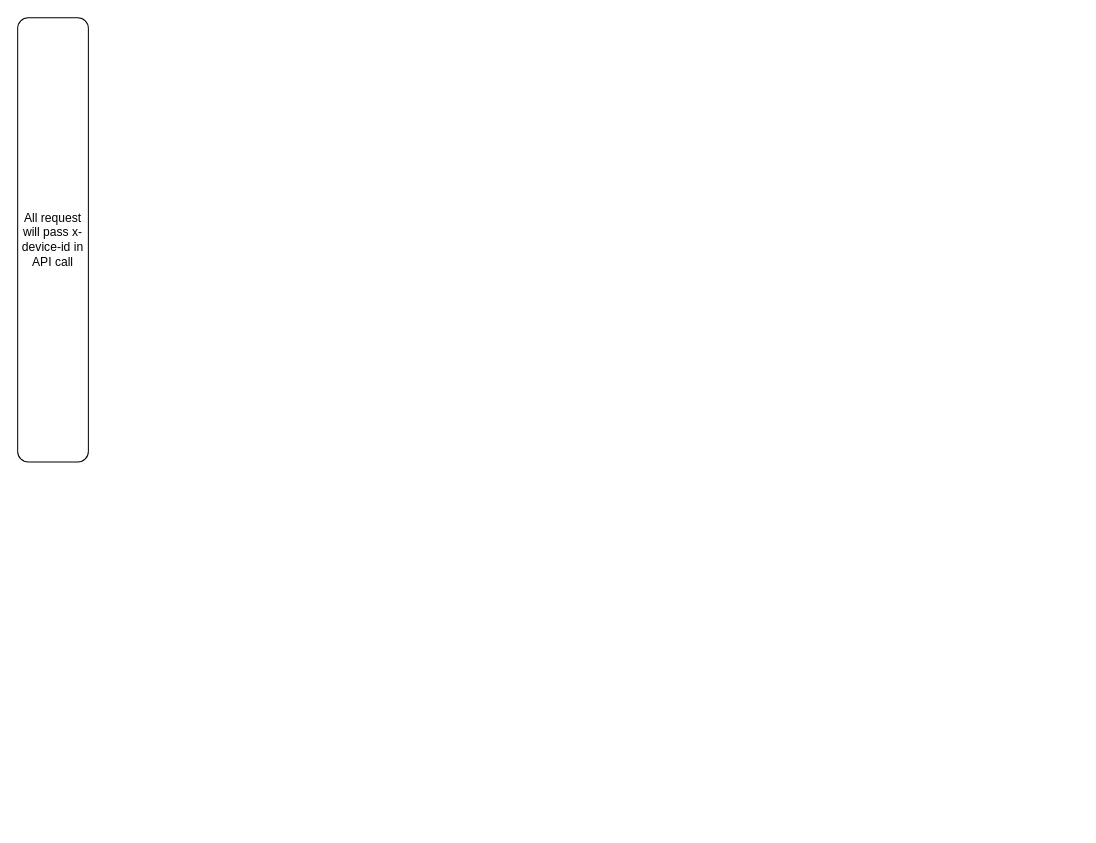
Earlier version of the draw.io diagram Untitled Diagram.drawio (hariharanpalani/Test). Source tidied: cells renumbered, new cells numbered last; positions are measured from the earlier drawing's top-left corner, leaving out a move shared by most shapes. Both pictures are drawn from the tidied source at 101%, with x=0, y=0 at pixel (17, 17).
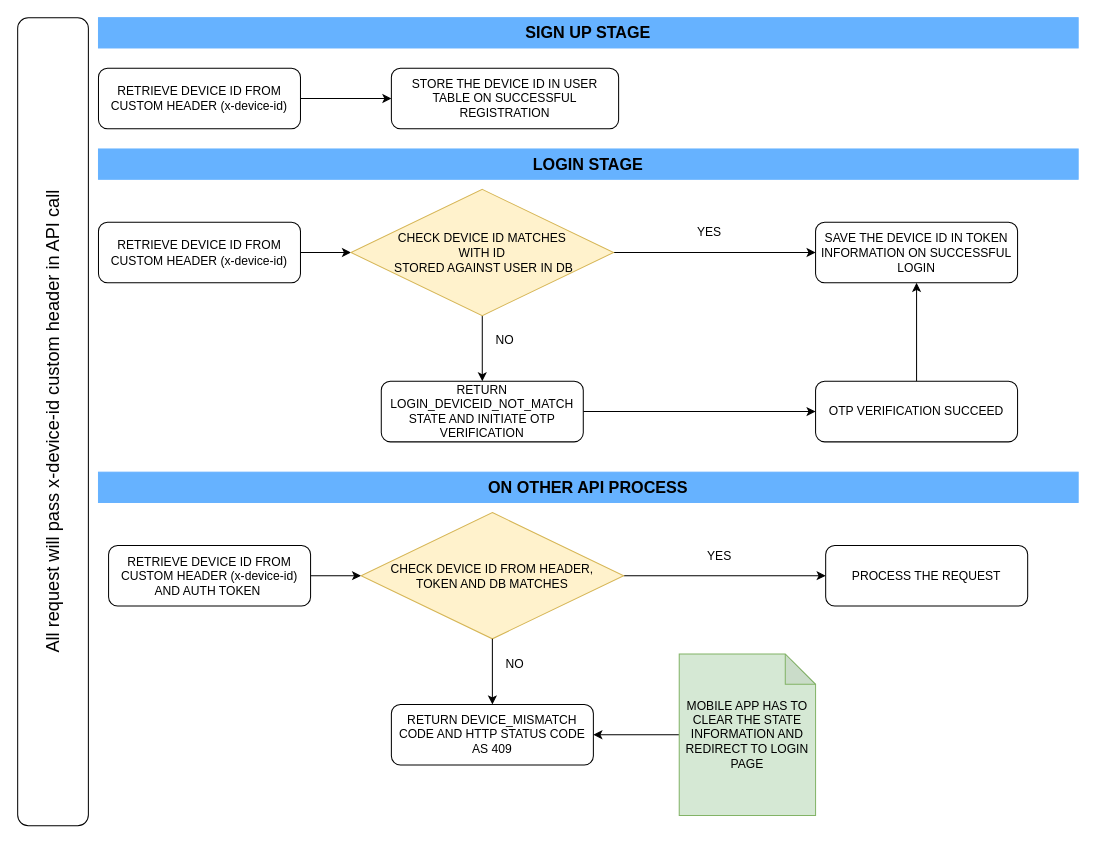
The same page after the edit.

Change to the diagram source:
```diff
@@
-    <mxCell id="2" value="All request will pass x-device-id in API call" style="rounded=1;whiteSpace=wrap;html=1;" parent="1" vertex="1">
-      <mxGeometry width="70" height="440" as="geometry" />
+    <mxCell id="2" value="&lt;font style=&quot;font-size: 18px&quot;&gt;All request will pass x-device-id custom header in API call&lt;/font&gt;" style="rounded=1;whiteSpace=wrap;html=1;horizontal=0;" parent="1" vertex="1">
+      <mxGeometry width="70" height="800" as="geometry" />
     </mxCell>
+    <mxCell id="3" value="&lt;b&gt;&lt;font style=&quot;font-size: 16px&quot;&gt;SIGN UP STAGE&lt;/font&gt;&lt;/b&gt;" style="rounded=0;whiteSpace=wrap;html=1;strokeColor=#66B2FF;fillColor=#66B2FF;" parent="1" vertex="1">
+      <mxGeometry x="80" width="970" height="30" as="geometry" />
+    </mxCell>
+    <mxCell id="4" style="edgeStyle=orthogonalEdgeStyle;rounded=0;jettySize=auto;html=1;entryX=0;entryY=0.5;entryDx=0;entryDy=0;" parent="1" edge="1" source="5" target="6">
+      <mxGeometry relative="1" as="geometry" />
+    </mxCell>
+    <mxCell id="5" value="RETRIEVE DEVICE ID FROM CUSTOM HEADER (x-device-id)" style="rounded=1;whiteSpace=wrap;html=1;fillColor=#FFFFFF;" parent="1" vertex="1">
+      <mxGeometry x="80" y="50" width="200" height="60" as="geometry" />
+    </mxCell>
+    <mxCell id="6" value="STORE THE DEVICE ID IN USER TABLE ON SUCCESSFUL REGISTRATION" style="rounded=1;whiteSpace=wrap;html=1;strokeColor=#000000;fillColor=#FFFFFF;" parent="1" vertex="1">
+      <mxGeometry x="370" y="50" width="225" height="60" as="geometry" />
+    </mxCell>
+    <mxCell id="7" value="&lt;b&gt;&lt;font style=&quot;font-size: 16px&quot;&gt;LOGIN STAGE&lt;/font&gt;&lt;/b&gt;" style="rounded=0;whiteSpace=wrap;html=1;strokeColor=#66B2FF;fillColor=#66B2FF;" parent="1" vertex="1">
+      <mxGeometry x="80" y="130" width="970" height="30" as="geometry" />
+    </mxCell>
+    <mxCell id="8" style="edgeStyle=orthogonalEdgeStyle;rounded=0;jettySize=auto;html=1;entryX=0;entryY=0.5;entryDx=0;entryDy=0;" parent="1" edge="1" source="9" target="22">
+      <mxGeometry relative="1" as="geometry" />
+    </mxCell>
+    <mxCell id="9" value="RETRIEVE DEVICE ID FROM CUSTOM HEADER (x-device-id)" style="rounded=1;whiteSpace=wrap;html=1;fillColor=#FFFFFF;" parent="1" vertex="1">
+      <mxGeometry x="80" y="202.5" width="200" height="60" as="geometry" />
+    </mxCell>
+    <mxCell id="10" style="edgeStyle=orthogonalEdgeStyle;rounded=0;jettySize=auto;html=1;exitX=1;exitY=0.5;exitDx=0;exitDy=0;" parent="1" edge="1" source="22" target="12">
+      <mxGeometry relative="1" as="geometry" />
+    </mxCell>
+    <mxCell id="11" style="edgeStyle=orthogonalEdgeStyle;rounded=0;jettySize=auto;html=1;entryX=0.5;entryY=0;entryDx=0;entryDy=0;exitX=0.5;exitY=1;exitDx=0;exitDy=0;" parent="1" edge="1" source="22" target="15">
+      <mxGeometry relative="1" as="geometry" />
+    </mxCell>
+    <mxCell id="12" value="SAVE THE DEVICE ID IN TOKEN INFORMATION ON SUCCESSFUL LOGIN" style="rounded=1;whiteSpace=wrap;html=1;fillColor=#FFFFFF;" parent="1" vertex="1">
+      <mxGeometry x="790" y="202.5" width="200" height="60" as="geometry" />
+    </mxCell>
+    <mxCell id="13" value="YES" style="text;html=1;strokeColor=none;fillColor=none;align=center;verticalAlign=middle;whiteSpace=wrap;rounded=0;" parent="1" vertex="1">
+      <mxGeometry x="610" y="202.5" width="150" height="20" as="geometry" />
+    </mxCell>
+    <mxCell id="14" style="edgeStyle=orthogonalEdgeStyle;rounded=0;jettySize=auto;html=1;entryX=0;entryY=0.5;entryDx=0;entryDy=0;" parent="1" edge="1" source="15" target="18">
+      <mxGeometry relative="1" as="geometry" />
+    </mxCell>
+    <mxCell id="15" value="RETURN LOGIN_DEVICEID_NOT_MATCH STATE AND INITIATE OTP VERIFICATION" style="rounded=1;whiteSpace=wrap;html=1;fillColor=#FFFFFF;" parent="1" vertex="1">
+      <mxGeometry x="360" y="360" width="200" height="60" as="geometry" />
+    </mxCell>
+    <mxCell id="16" value="NO" style="text;html=1;strokeColor=none;fillColor=none;align=center;verticalAlign=middle;whiteSpace=wrap;rounded=0;" parent="1" vertex="1">
+      <mxGeometry x="395" y="310" width="175" height="20" as="geometry" />
+    </mxCell>
+    <mxCell id="17" style="edgeStyle=orthogonalEdgeStyle;rounded=0;jettySize=auto;html=1;entryX=0.5;entryY=1;entryDx=0;entryDy=0;" parent="1" edge="1" source="18" target="12">
+      <mxGeometry relative="1" as="geometry" />
+    </mxCell>
+    <mxCell id="18" value="OTP VERIFICATION SUCCEED" style="rounded=1;whiteSpace=wrap;html=1;fillColor=#FFFFFF;" parent="1" vertex="1">
+      <mxGeometry x="790" y="360" width="200" height="60" as="geometry" />
+    </mxCell>
+    <mxCell id="19" value="&lt;b&gt;&lt;font style=&quot;font-size: 16px&quot;&gt;ON OTHER API PROCESS&lt;/font&gt;&lt;/b&gt;" style="rounded=0;whiteSpace=wrap;html=1;strokeColor=#66B2FF;fillColor=#66B2FF;" parent="1" vertex="1">
+      <mxGeometry x="80" y="450" width="970" height="30" as="geometry" />
+    </mxCell>
+    <mxCell id="20" style="edgeStyle=orthogonalEdgeStyle;rounded=0;orthogonalLoop=1;jettySize=auto;html=1;entryX=0;entryY=0.5;entryDx=0;entryDy=0;" parent="1" edge="1">
+      <mxGeometry relative="1" as="geometry">
+        <mxPoint x="280" y="530" as="sourcePoint" />
+      </mxGeometry>
+    </mxCell>
+    <mxCell id="21" style="edgeStyle=orthogonalEdgeStyle;rounded=0;orthogonalLoop=1;jettySize=auto;html=1;" parent="1" edge="1">
+      <mxGeometry relative="1" as="geometry">
+        <mxPoint x="530" y="530" as="sourcePoint" />
+      </mxGeometry>
+    </mxCell>
+    <mxCell id="22" value="CHECK DEVICE ID MATCHES &lt;br&gt;WITH ID&lt;br&gt;&amp;nbsp;STORED AGAINST USER IN DB" style="rhombus;whiteSpace=wrap;html=1;strokeColor=#d6b656;fillColor=#fff2cc;" parent="1" vertex="1">
+      <mxGeometry x="330" y="170" width="260" height="125" as="geometry" />
+    </mxCell>
+    <mxCell id="23" style="edgeStyle=orthogonalEdgeStyle;rounded=0;jettySize=auto;html=1;" parent="1" edge="1" source="24" target="26">
+      <mxGeometry relative="1" as="geometry" />
+    </mxCell>
+    <mxCell id="24" value="RETRIEVE DEVICE ID FROM CUSTOM HEADER (x-device-id) AND AUTH TOKEN&amp;nbsp;" style="rounded=1;whiteSpace=wrap;html=1;fillColor=#FFFFFF;" parent="1" vertex="1">
+      <mxGeometry x="90" y="522.5" width="200" height="60" as="geometry" />
+    </mxCell>
+    <mxCell id="25" style="edgeStyle=orthogonalEdgeStyle;rounded=0;jettySize=auto;html=1;entryX=0;entryY=0.5;entryDx=0;entryDy=0;" parent="1" edge="1" source="26" target="27">
+      <mxGeometry relative="1" as="geometry" />
+    </mxCell>
+    <mxCell id="26" value="CHECK DEVICE ID FROM HEADER, &lt;br&gt;TOKEN AND DB MATCHES" style="rhombus;whiteSpace=wrap;html=1;strokeColor=#d6b656;fillColor=#fff2cc;" parent="1" vertex="1">
+      <mxGeometry x="340" y="490" width="260" height="125" as="geometry" />
+    </mxCell>
+    <mxCell id="27" value="PROCESS THE REQUEST" style="rounded=1;whiteSpace=wrap;html=1;fillColor=#FFFFFF;" parent="1" vertex="1">
+      <mxGeometry x="800" y="522.5" width="200" height="60" as="geometry" />
+    </mxCell>
+    <mxCell id="28" value="RETURN DEVICE_MISMATCH CODE AND HTTP STATUS CODE AS 409" style="rounded=1;whiteSpace=wrap;html=1;fillColor=#FFFFFF;" parent="1" vertex="1">
+      <mxGeometry x="370" y="680" width="200" height="60" as="geometry" />
+    </mxCell>
+    <mxCell id="29" value="YES" style="text;html=1;strokeColor=none;fillColor=none;align=center;verticalAlign=middle;whiteSpace=wrap;rounded=0;" parent="1" vertex="1">
+      <mxGeometry x="620" y="522.5" width="150" height="20" as="geometry" />
+    </mxCell>
+    <mxCell id="30" value="NO" style="text;html=1;strokeColor=none;fillColor=none;align=center;verticalAlign=middle;whiteSpace=wrap;rounded=0;" parent="1" vertex="1">
+      <mxGeometry x="405" y="630" width="175" height="20" as="geometry" />
+    </mxCell>
+    <mxCell id="31" style="edgeStyle=orthogonalEdgeStyle;rounded=0;jettySize=auto;html=1;exitX=0.5;exitY=1;exitDx=0;exitDy=0;" parent="1" edge="1" source="26" target="28">
+      <mxGeometry relative="1" as="geometry" />
+    </mxCell>
+    <mxCell id="32" style="edgeStyle=orthogonalEdgeStyle;rounded=0;jettySize=auto;html=1;entryX=1;entryY=0.5;entryDx=0;entryDy=0;" parent="1" edge="1" source="33" target="28">
+      <mxGeometry relative="1" as="geometry" />
+    </mxCell>
+    <mxCell id="33" value="MOBILE APP HAS TO CLEAR THE STATE INFORMATION AND REDIRECT TO LOGIN PAGE" style="shape=note;whiteSpace=wrap;html=1;backgroundOutline=1;darkOpacity=0.05;strokeColor=#82b366;fillColor=#d5e8d4;" parent="1" vertex="1">
+      <mxGeometry x="655" y="630" width="135" height="160" as="geometry" />
+    </mxCell>
```
